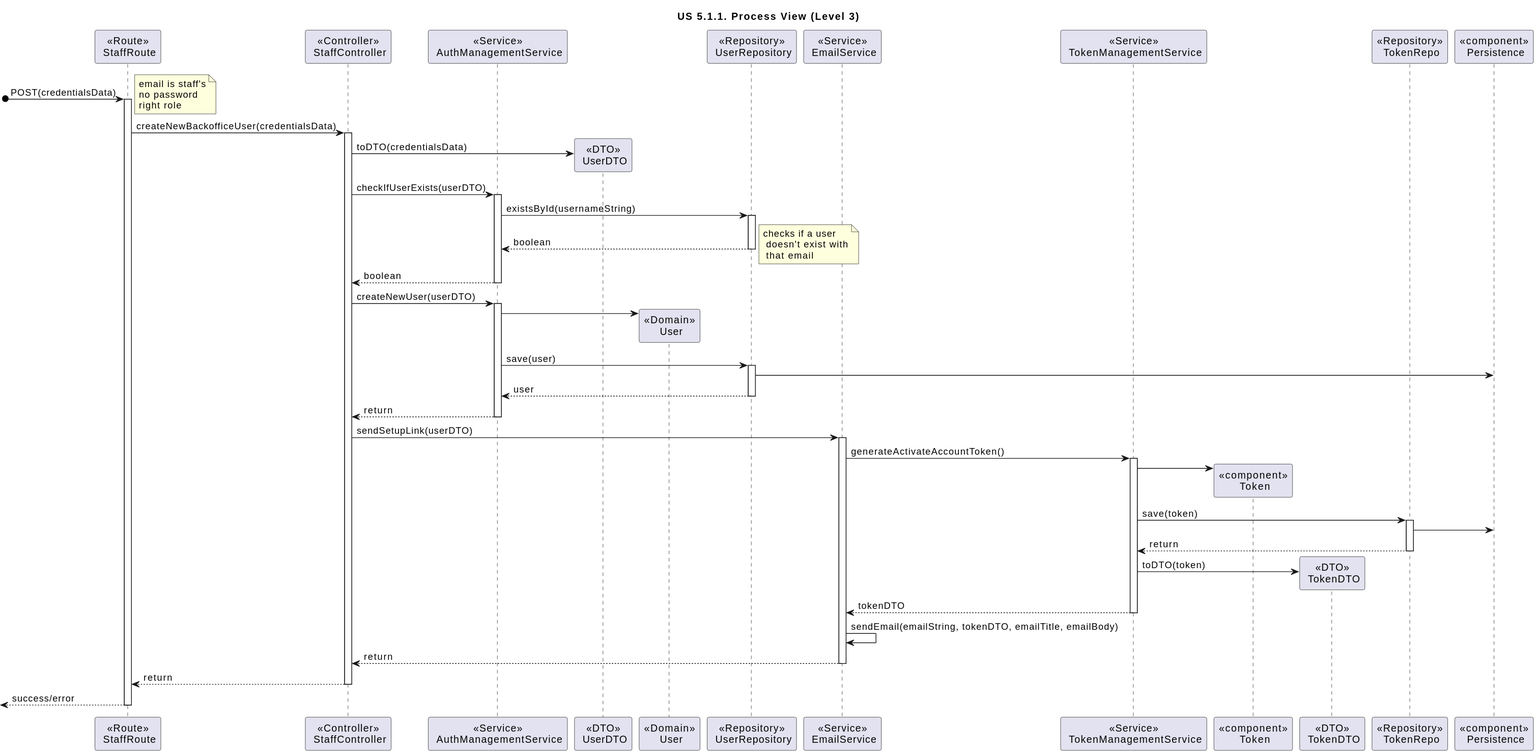
Before: docs/sprint-1/1220738/us-5.1.1/Diagrams/Views/process-view-level-3-ADMIN.svg, a diagram exported from PlantUML (rita-barbosa/LAPR5-2425).
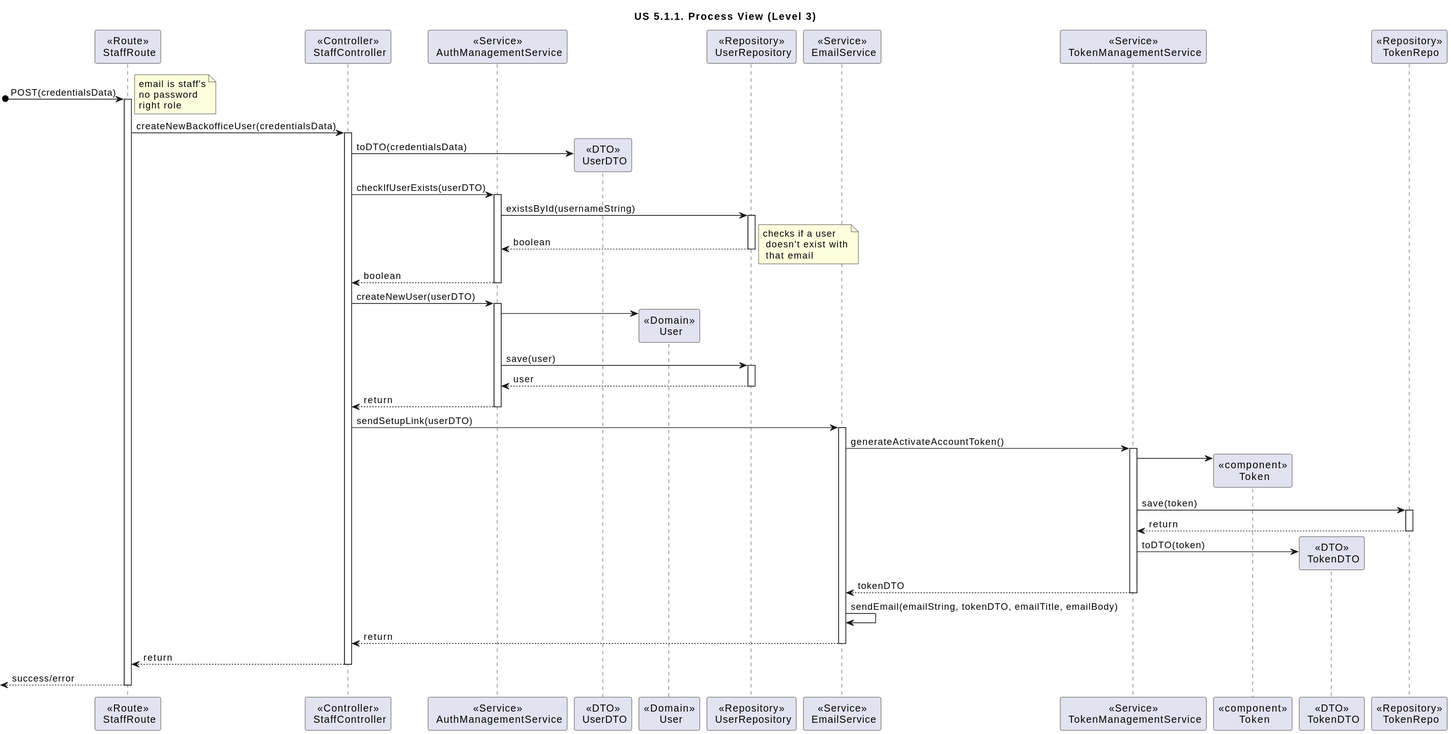
After the commit.

Commit message:
DG38-184 | docs: Updated documentation and process view.

Change to the diagram source:
```diff
@@ -14,7 +14,6 @@
 participant "<<component>>\n Token" as TOKEN
 participant "<<DTO>>\n TokenDTO" as TOKENDTO
 participant "<<Repository>>\n TokenRepo" as TOKENRepo
-participant "<<component>>\n Persistence" as PERSISTENCE
 
 [o-> ROUTE : POST(credentialsData)
 note right : email is staff's\nno password\nright role
@@ -46,8 +45,6 @@
 AUTHServ -> AUTHRepo : save(user)
 Activate AUTHRepo
 
-AUTHRepo -> PERSISTENCE
-
 AUTHRepo --> AUTHServ : user
 Deactivate AUTHRepo
 
@@ -64,8 +61,6 @@
 
 TOKENServ -> TOKENRepo : save(token)
 activate TOKENRepo
-
-TOKENRepo -> PERSISTENCE
 
 TOKENRepo --> TOKENServ : return
 deactivate TOKENRepo
```
